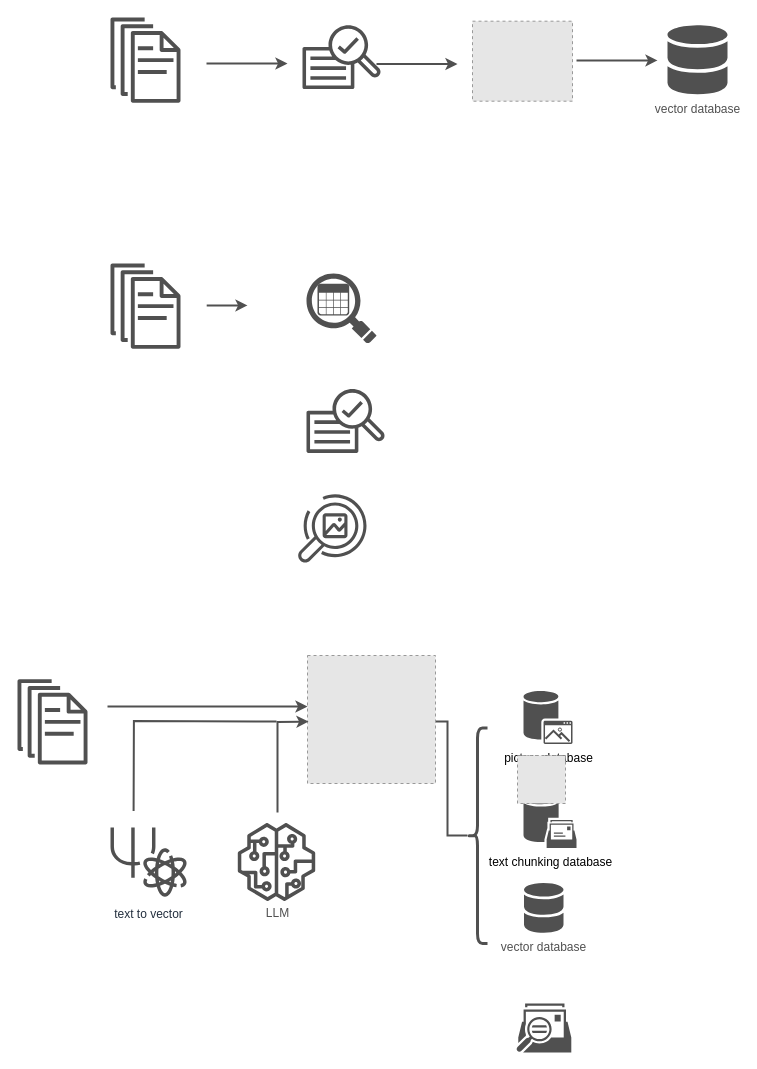
Above: 未命名绘图.drawio in nmhjklnm/---------- (draw.io), before the change. Source tidied: cells renumbered, new cells numbered last; positions are measured from the earlier drawing's top-left corner, leaving out a move shared by most shapes. Both pictures are drawn from the tidied source at 100%, with x=0, y=0 at pixel (17, 17). Pictures stored in the file or linked from it are replaced by grey dashed boxes.
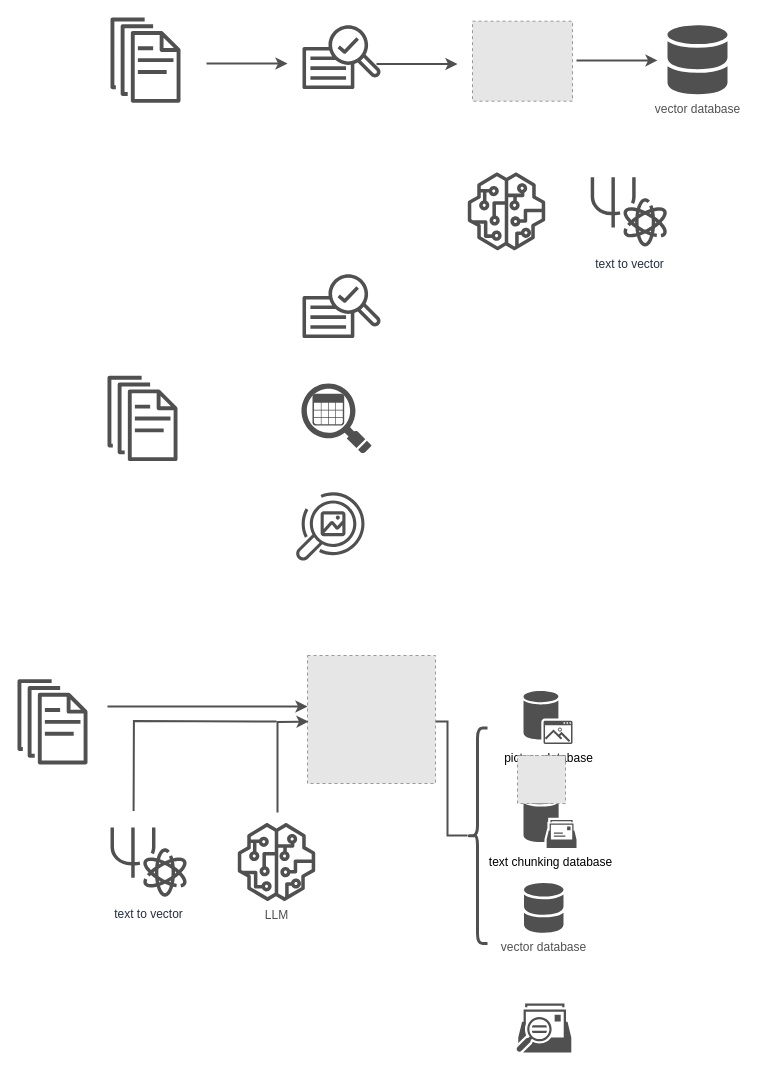
The same page after the edit.

Commit message (it also covers changes not shown here):
更新未命名绘图.drawio

Diff of the diagram source:
```diff
@@
-    <mxCell id="3" style="sketch=0;fontColor=#505050;gradientColor=none;fillColor=#505050;strokeColor=none;dashed=0;verticalLabelPosition=bottom;verticalAlign=top;align=center;html=1;fontSize=12;fontStyle=0;shape=mxgraph.aws4.sagemaker_model;" parent="1" vertex="1">
+    <mxCell id="3" value="LLM" style="sketch=0;fontColor=#505050;gradientColor=none;fillColor=#505050;strokeColor=none;dashed=0;verticalLabelPosition=bottom;verticalAlign=top;align=center;html=1;fontSize=12;fontStyle=0;shape=mxgraph.aws4.sagemaker_model;" parent="1" vertex="1">
       <mxGeometry x="220" y="805.5" width="78" height="78" as="geometry" />
     </mxCell>
@@
-    <mxCell id="16" value="LLM" style="text;html=1;align=center;verticalAlign=middle;strokeColor=none;fillColor=none;fontColor=#505050;" parent="1" vertex="1">
-      <mxGeometry x="235" y="881" width="50" height="30" as="geometry" />
-    </mxCell>
@@
-    <mxCell id="23" style="endArrow=classic;html=1;rounded=0;strokeColor=#505050;strokeWidth=2;fontColor=#505050;" parent="1" edge="1">
-      <mxGeometry relative="1" as="geometry">
-        <mxPoint x="189.2" y="287.9" as="sourcePoint" />
-        <mxPoint x="230" y="287.9" as="targetPoint" />
-      </mxGeometry>
-    </mxCell>
@@
     <mxCell id="25" style="sketch=0;fontColor=#232F3E;gradientColor=none;fillColor=#505050;strokeColor=none;dashed=0;verticalLabelPosition=bottom;verticalAlign=top;align=center;html=1;fontSize=12;fontStyle=0;shape=mxgraph.aws4.documents;" parent="1" vertex="1">
-      <mxGeometry x="93" y="246" width="70" height="85.3" as="geometry" />
+      <mxGeometry x="90" y="358.3" width="70" height="85.3" as="geometry" />
     </mxCell>
@@
     <mxCell id="28" style="sketch=0;fontColor=#232F3E;gradientColor=none;fillColor=#505050;strokeColor=none;dashed=0;verticalLabelPosition=bottom;verticalAlign=top;align=center;html=1;fontSize=12;fontStyle=0;shape=mxgraph.aws4.rekognition_image;labelBackgroundColor=none;labelBorderColor=none;strokeWidth=3;" parent="1" vertex="1">
-      <mxGeometry x="280" y="476" width="69" height="69.9" as="geometry" />
+      <mxGeometry x="278" y="474" width="69" height="69.9" as="geometry" />
     </mxCell>
@@
     <mxCell id="32" style="group;" parent="1" vertex="1">
-      <mxGeometry x="289" y="256" width="70" height="70" as="geometry" />
+      <mxGeometry x="284" y="366" width="70" height="70" as="geometry" />
     </mxCell>
@@
     <mxCell id="35" style="sketch=0;fontColor=#232F3E;gradientColor=none;fillColor=#505050;strokeColor=none;dashed=0;verticalLabelPosition=bottom;verticalAlign=top;align=center;html=1;fontSize=12;fontStyle=0;shape=mxgraph.aws4.sagemaker_train;labelBackgroundColor=none;labelBorderColor=none;strokeWidth=3;" parent="1" vertex="1">
-      <mxGeometry x="289" y="371" width="78" height="65" as="geometry" />
+      <mxGeometry x="285" y="256.2" width="78" height="65" as="geometry" />
     </mxCell>
+    <mxCell id="36" value="text to vector" style="sketch=0;fontColor=#232F3E;gradientColor=none;fillColor=#505050;strokeColor=none;dashed=0;verticalLabelPosition=bottom;verticalAlign=top;align=center;html=1;fontSize=12;fontStyle=0;shape=mxgraph.aws4.braket_state_vector;labelBackgroundColor=none;labelBorderColor=none;strokeWidth=3;" parent="1" vertex="1">
+      <mxGeometry x="573.2" y="156" width="76.8" height="76.8" as="geometry" />
+    </mxCell>
+    <mxCell id="37" style="sketch=0;fontColor=#505050;gradientColor=none;fillColor=#505050;strokeColor=none;dashed=0;verticalLabelPosition=bottom;verticalAlign=top;align=center;html=1;fontSize=12;fontStyle=0;shape=mxgraph.aws4.sagemaker_model;" parent="1" vertex="1">
+      <mxGeometry x="450" y="154.8" width="78" height="78" as="geometry" />
+    </mxCell>
```
